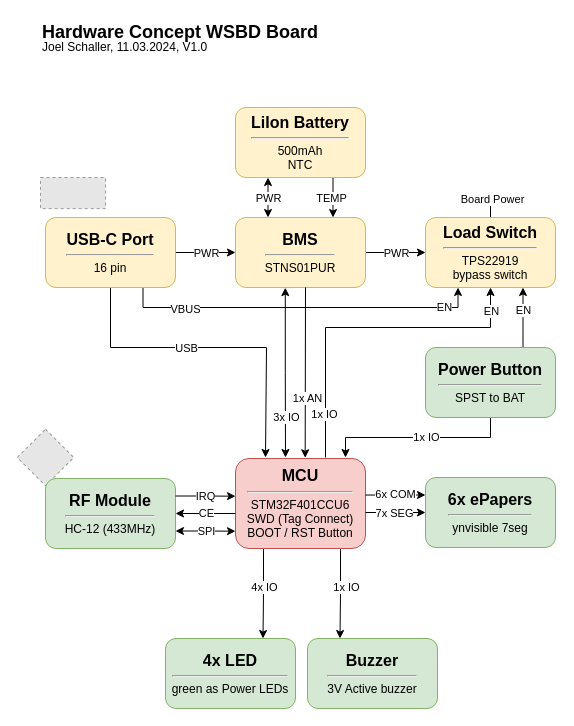
Before: 2_Documentation/HW_Concept/HW_Concept_WSB_Display.drawio in Jowllel/Wireless-ScoreBoard-Display, a draw.io diagram. Source tidied: cells renumbered, new cells numbered last; positions are measured from the earlier drawing's top-left corner, leaving out a move shared by most shapes. Both pictures are drawn from the tidied source at 100%, with x=0, y=0 at pixel (25, 17). Pictures stored in the file or linked from it are replaced by grey dashed boxes.
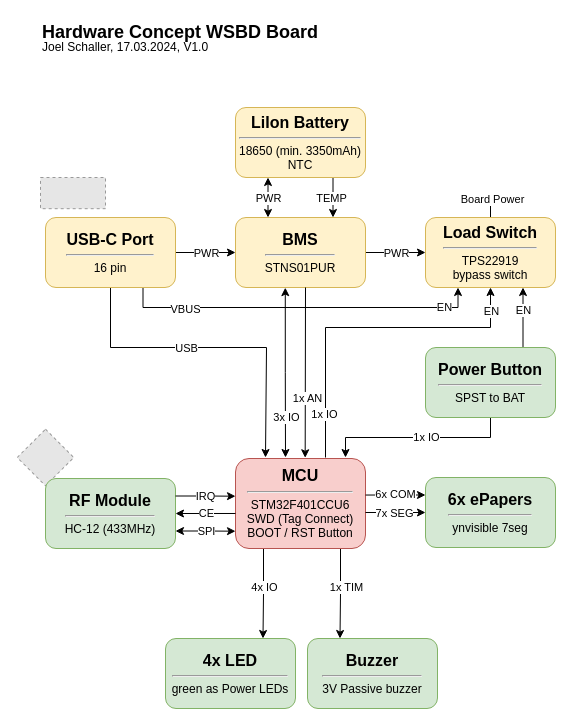
After the change.

Commit message (it also covers changes not shown here):
active buzzer -> passive buzzer

The change refers to these unchanged cells:
```xml
<mxCell id="4" style="edgeStyle=orthogonalEdgeStyle;rounded=0;jettySize=auto;html=1;exitX=0.75;exitY=1;exitDx=0;exitDy=0;entryX=0.25;entryY=0;entryDx=0;entryDy=0;" parent="1" edge="1" source="11" target="18">
  <mxGeometry relative="1" as="geometry">
    <Array as="points">
      <mxPoint x="315" y="531" />
      <mxPoint x="315" y="576" />
    </Array>
  </mxGeometry>
</mxCell>
```

The edit, as a diff of the source:
```diff
@@
-    <mxCell id="3" value="&lt;font style=&quot;font-size: 12px;&quot;&gt;Joel Schaller, 11.03.2024, V1.0&lt;br&gt;&lt;/font&gt;" style="text;html=1;strokeColor=none;fillColor=none;align=left;verticalAlign=middle;whiteSpace=wrap;rounded=0;" parent="1" vertex="1">
+    <mxCell id="3" value="&lt;font style=&quot;font-size: 12px;&quot;&gt;Joel Schaller, 17.03.2024, V1.0&lt;br&gt;&lt;/font&gt;" style="text;html=1;strokeColor=none;fillColor=none;align=left;verticalAlign=middle;whiteSpace=wrap;rounded=0;" parent="1" vertex="1">
       <mxGeometry x="15" y="20" width="430" height="20" as="geometry" />
     </mxCell>
@@
-    <mxCell id="5" value="1x IO" style="edgeLabel;html=1;align=center;verticalAlign=middle;" parent="4" vertex="1">
+    <mxCell id="5" value="1x TIM" style="edgeLabel;html=1;align=center;verticalAlign=middle;" parent="4" vertex="1">
       <mxGeometry x="-0.05" y="1" relative="1" as="geometry">
         <mxPoint x="4" as="offset" />
       </mxGeometry>
     </mxCell>
@@
-    <mxCell id="18" value="&lt;font style=&quot;&quot;&gt;&lt;span style=&quot;font-size: 16px;&quot;&gt;&lt;b&gt;Buzzer&lt;/b&gt;&lt;/span&gt;&lt;br&gt;&lt;hr style=&quot;font-size: 10px;&quot;&gt;3V Active buzzer&lt;/font&gt;" style="rounded=1;whiteSpace=wrap;html=1;fillColor=#d5e8d4;strokeColor=#82b366;" parent="1" vertex="1">
+    <mxCell id="18" value="&lt;font style=&quot;&quot;&gt;&lt;span style=&quot;font-size: 16px;&quot;&gt;&lt;b&gt;Buzzer&lt;/b&gt;&lt;/span&gt;&lt;br&gt;&lt;hr style=&quot;font-size: 10px;&quot;&gt;3V Passive buzzer&lt;/font&gt;" style="rounded=1;whiteSpace=wrap;html=1;fillColor=#d5e8d4;strokeColor=#82b366;" parent="1" vertex="1">
       <mxGeometry x="282" y="621" width="130" height="70" as="geometry" />
     </mxCell>
@@
-    <mxCell id="23" value="&lt;font style=&quot;&quot;&gt;&lt;span style=&quot;font-size: 16px;&quot;&gt;&lt;b&gt;LiIon Battery&lt;/b&gt;&lt;/span&gt;&lt;br&gt;&lt;hr style=&quot;font-size: 10px;&quot;&gt;500mAh&lt;br&gt;NTC&lt;br&gt;&lt;/font&gt;" style="rounded=1;whiteSpace=wrap;html=1;fillColor=#fff2cc;strokeColor=#d6b656;" parent="1" vertex="1">
+    <mxCell id="23" value="&lt;font style=&quot;&quot;&gt;&lt;span style=&quot;font-size: 16px;&quot;&gt;&lt;b&gt;LiIon Battery&lt;/b&gt;&lt;/span&gt;&lt;br&gt;&lt;hr style=&quot;font-size: 10px;&quot;&gt;18650 (min. 3350mAh)&lt;br&gt;NTC&lt;br&gt;&lt;/font&gt;" style="rounded=1;whiteSpace=wrap;html=1;fillColor=#fff2cc;strokeColor=#d6b656;" parent="1" vertex="1">
       <mxGeometry x="210" y="90" width="130" height="70" as="geometry" />
     </mxCell>
```
